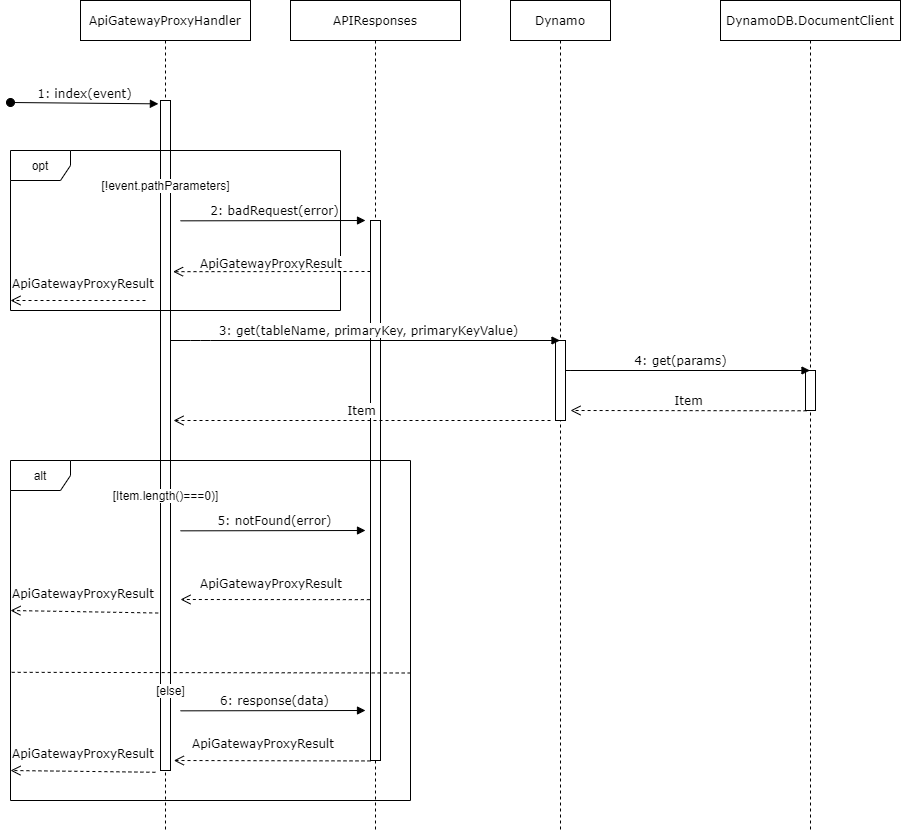
This is DocumentazioneEsterna/DeveloperManual/res/Architettura/Backend/img/diagrammaSequenzaRicezioneProdotto.png from Omicron-Team/Documentazione, a draw.io export, as it was before one commit. Source tidied: cells renumbered, new cells last; positions are measured from the earlier drawing's top-left corner, leaving out a move shared by most shapes. The source it was exported from:
```xml
<mxGraphModel background="#ffffff">
  <root>
    <mxCell id="0" />
    <mxCell id="1" parent="0" />
    <mxCell id="2" value="Dynamo" style="shape=umlLifeline;perimeter=lifelinePerimeter;whiteSpace=wrap;html=1;rounded=0;shadow=0;comic=0;labelBackgroundColor=none;strokeWidth=1;fontFamily=Verdana;fontSize=12;align=center;size=40;" parent="1" vertex="1">
      <mxGeometry x="500" width="100" height="830" as="geometry" />
    </mxCell>
    <mxCell id="3" style="html=1;perimeter=orthogonalPerimeter;rounded=0;shadow=0;comic=0;labelBackgroundColor=none;strokeWidth=1;fontFamily=Verdana;fontSize=12;align=center;" parent="2" vertex="1">
      <mxGeometry x="45" y="340" width="10" height="80" as="geometry" />
    </mxCell>
    <mxCell id="4" value="ApiGatewayProxyHandler" style="shape=umlLifeline;perimeter=lifelinePerimeter;whiteSpace=wrap;html=1;rounded=0;shadow=0;comic=0;labelBackgroundColor=none;strokeWidth=1;fontFamily=Verdana;fontSize=12;align=center;glass=0;" parent="1" vertex="1">
      <mxGeometry x="70" width="170" height="830" as="geometry" />
    </mxCell>
    <mxCell id="5" style="html=1;points=[];perimeter=orthogonalPerimeter;rounded=0;shadow=0;comic=0;labelBackgroundColor=none;strokeWidth=1;fontFamily=Verdana;fontSize=12;align=center;" parent="4" vertex="1">
      <mxGeometry x="80" y="100" width="10" height="670" as="geometry" />
    </mxCell>
    <mxCell id="6" value="&lt;div style=&quot;text-align: center&quot;&gt;&lt;br&gt;&lt;/div&gt;" style="text;whiteSpace=wrap;html=1;" parent="1" vertex="1">
      <mxGeometry y="70" width="90" height="60" as="geometry" />
    </mxCell>
    <mxCell id="7" value="&lt;span style=&quot;font-family: &amp;#34;verdana&amp;#34; ; font-size: 12px ; background-color: rgb(255 , 255 , 255)&quot;&gt;1: index(event)&lt;/span&gt;" style="html=1;verticalAlign=bottom;startArrow=oval;startFill=1;endArrow=block;startSize=8;entryX=-0.21;entryY=0.005;entryDx=0;entryDy=0;entryPerimeter=0;" parent="1" edge="1" target="5">
      <mxGeometry relative="1" as="geometry">
        <mxPoint y="102" as="sourcePoint" />
      </mxGeometry>
    </mxCell>
    <mxCell id="8" value="DynamoDB.DocumentClient" style="shape=umlLifeline;perimeter=lifelinePerimeter;whiteSpace=wrap;html=1;outlineConnect=0;rounded=0;shadow=0;comic=0;labelBackgroundColor=none;strokeWidth=1;fontFamily=Verdana;fontSize=12;align=center;size=40;" parent="1" vertex="1">
      <mxGeometry x="710" width="180" height="830" as="geometry" />
    </mxCell>
    <mxCell id="9" style="html=1;points=[];perimeter=orthogonalPerimeter;rounded=0;shadow=0;comic=0;labelBackgroundColor=none;strokeWidth=1;fontFamily=Verdana;fontSize=12;align=center;" parent="8" vertex="1">
      <mxGeometry x="85" y="370" width="10" height="40" as="geometry" />
    </mxCell>
    <mxCell id="10" value="4: get(params)" style="html=1;verticalAlign=bottom;endArrow=block;labelBackgroundColor=none;fontFamily=Verdana;fontSize=12;edgeStyle=elbowEdgeStyle;elbow=vertical;" parent="1" edge="1" target="8">
      <mxGeometry x="0.21" relative="1" as="geometry">
        <mxPoint x="630" y="370" as="sourcePoint" />
        <Array as="points">
          <mxPoint x="550" y="370" />
          <mxPoint x="850" y="370" />
          <mxPoint x="790" y="150" />
        </Array>
      </mxGeometry>
    </mxCell>
    <mxCell id="11" value="Item" style="html=1;verticalAlign=bottom;endArrow=open;dashed=1;endSize=8;labelBackgroundColor=none;fontFamily=Verdana;fontSize=12;exitX=0.11;exitY=1.007;exitDx=0;exitDy=0;exitPerimeter=0;" parent="1" edge="1" source="9">
      <mxGeometry relative="1" as="geometry">
        <mxPoint x="560" y="410" as="targetPoint" />
      </mxGeometry>
    </mxCell>
    <mxCell id="12" value="APIResponses" style="shape=umlLifeline;perimeter=lifelinePerimeter;whiteSpace=wrap;html=1;rounded=0;shadow=0;comic=0;labelBackgroundColor=none;strokeWidth=1;fontFamily=Verdana;fontSize=12;align=center;" parent="1" vertex="1">
      <mxGeometry x="280" width="170" height="830" as="geometry" />
    </mxCell>
    <mxCell id="13" style="html=1;perimeter=orthogonalPerimeter;rounded=0;shadow=0;comic=0;labelBackgroundColor=none;strokeWidth=1;fontFamily=Verdana;fontSize=12;align=center;" parent="12" vertex="1">
      <mxGeometry x="80" y="220" width="10" height="540" as="geometry" />
    </mxCell>
    <mxCell id="14" value="opt" style="shape=umlFrame;whiteSpace=wrap;html=1;" parent="1" vertex="1">
      <mxGeometry y="150" width="330" height="160" as="geometry" />
    </mxCell>
    <mxCell id="15" value="&lt;span style=&quot;background-color: rgb(255 , 255 , 255)&quot;&gt;[!event.pathParameters]&lt;/span&gt;" style="text;html=1;strokeColor=none;fillColor=none;align=center;verticalAlign=middle;whiteSpace=wrap;rounded=0;" parent="1" vertex="1">
      <mxGeometry x="122.5" y="175" width="65" height="20" as="geometry" />
    </mxCell>
    <mxCell id="16" value="2: badRequest(error)" style="html=1;verticalAlign=bottom;endArrow=block;labelBackgroundColor=none;fontFamily=Verdana;fontSize=12;edgeStyle=elbowEdgeStyle;elbow=vertical;" parent="1" edge="1">
      <mxGeometry x="0.02" relative="1" as="geometry">
        <mxPoint x="170" y="220.3" as="sourcePoint" />
        <mxPoint x="355" y="220.3" as="targetPoint" />
        <Array as="points">
          <mxPoint x="315" y="220" />
        </Array>
      </mxGeometry>
    </mxCell>
    <mxCell id="17" style="html=1;verticalAlign=bottom;endArrow=open;dashed=1;endSize=8;labelBackgroundColor=none;fontFamily=Verdana;fontSize=12;entryX=0.903;entryY=0.039;entryDx=0;entryDy=0;entryPerimeter=0;" parent="1" edge="1" target="19">
      <mxGeometry relative="1" as="geometry">
        <mxPoint x="360" y="271" as="sourcePoint" />
        <Array as="points">
          <mxPoint x="360" y="271" />
        </Array>
      </mxGeometry>
    </mxCell>
    <mxCell id="18" value="&lt;span style=&quot;color: rgb(0 , 0 , 0) ; font-family: &amp;#34;verdana&amp;#34; ; font-size: 12px ; font-style: normal ; font-weight: 400 ; letter-spacing: normal ; text-align: center ; text-indent: 0px ; text-transform: none ; word-spacing: 0px ; display: inline ; float: none ; background-color: rgb(255 , 255 , 255)&quot;&gt;ApiGatewayProxyResult&lt;/span&gt;" style="text;whiteSpace=wrap;html=1;" parent="1" vertex="1">
      <mxGeometry x="187.5" y="250" width="180" height="30" as="geometry" />
    </mxCell>
    <mxCell id="19" value="&lt;span style=&quot;color: rgb(0 , 0 , 0) ; font-family: &amp;#34;verdana&amp;#34; ; font-size: 12px ; font-style: normal ; font-weight: 400 ; letter-spacing: normal ; text-align: center ; text-indent: 0px ; text-transform: none ; word-spacing: 0px ; display: inline ; float: none ; background-color: rgb(255 , 255 , 255)&quot;&gt;ApiGatewayProxyResult&lt;/span&gt;" style="text;whiteSpace=wrap;html=1;" parent="1" vertex="1">
      <mxGeometry y="270" width="180" height="30" as="geometry" />
    </mxCell>
    <mxCell id="20" style="html=1;verticalAlign=bottom;endArrow=open;dashed=1;endSize=8;labelBackgroundColor=none;fontFamily=Verdana;fontSize=12;exitX=0.75;exitY=1;exitDx=0;exitDy=0;entryX=0;entryY=1;entryDx=0;entryDy=0;" parent="1" edge="1" source="19" target="19">
      <mxGeometry relative="1" as="geometry" />
    </mxCell>
    <mxCell id="21" value="&lt;span style=&quot;background-color: rgb(255 , 255 , 255)&quot;&gt;Item&lt;/span&gt;" style="html=1;verticalAlign=bottom;endArrow=open;dashed=1;endSize=8;labelBackgroundColor=none;fontFamily=Verdana;fontSize=12;" parent="1" edge="1">
      <mxGeometry relative="1" as="geometry">
        <mxPoint x="540" y="420" as="sourcePoint" />
        <mxPoint x="163" y="420" as="targetPoint" />
      </mxGeometry>
    </mxCell>
    <mxCell id="22" value="alt" style="shape=umlFrame;whiteSpace=wrap;html=1;" parent="1" vertex="1">
      <mxGeometry y="460" width="400" height="340" as="geometry" />
    </mxCell>
    <mxCell id="23" value="[Item.length()===0)]" style="text;html=1;strokeColor=none;fillColor=none;align=center;verticalAlign=middle;whiteSpace=wrap;rounded=0;labelBackgroundColor=#FFFFFF;" parent="1" vertex="1">
      <mxGeometry x="122.5" y="485" width="65" height="20" as="geometry" />
    </mxCell>
    <mxCell id="24" value="5: notFound(error)" style="html=1;verticalAlign=bottom;endArrow=block;labelBackgroundColor=none;fontFamily=Verdana;fontSize=12;edgeStyle=elbowEdgeStyle;elbow=vertical;" parent="1" edge="1">
      <mxGeometry x="0.02" relative="1" as="geometry">
        <mxPoint x="170" y="530.3" as="sourcePoint" />
        <mxPoint x="355" y="530.3" as="targetPoint" />
        <Array as="points">
          <mxPoint x="315" y="530" />
        </Array>
      </mxGeometry>
    </mxCell>
    <mxCell id="25" value="&lt;span style=&quot;color: rgb(0 , 0 , 0) ; font-family: &amp;#34;verdana&amp;#34; ; font-size: 12px ; font-style: normal ; font-weight: 400 ; letter-spacing: normal ; text-align: center ; text-indent: 0px ; text-transform: none ; word-spacing: 0px ; display: inline ; float: none ; background-color: rgb(255 , 255 , 255)&quot;&gt;ApiGatewayProxyResult&lt;/span&gt;" style="text;whiteSpace=wrap;html=1;" parent="1" vertex="1">
      <mxGeometry x="187.5" y="570" width="180" height="30" as="geometry" />
    </mxCell>
    <mxCell id="26" value="&lt;span style=&quot;color: rgb(0 , 0 , 0) ; font-family: &amp;#34;verdana&amp;#34; ; font-size: 12px ; font-style: normal ; font-weight: 400 ; letter-spacing: normal ; text-align: center ; text-indent: 0px ; text-transform: none ; word-spacing: 0px ; display: inline ; float: none ; background-color: rgb(255 , 255 , 255)&quot;&gt;ApiGatewayProxyResult&lt;/span&gt;" style="text;whiteSpace=wrap;html=1;" parent="1" vertex="1">
      <mxGeometry y="580" width="160" height="30" as="geometry" />
    </mxCell>
    <mxCell id="27" style="html=1;verticalAlign=bottom;endArrow=open;dashed=1;endSize=8;labelBackgroundColor=none;fontFamily=Verdana;fontSize=12;exitX=0.923;exitY=1.084;exitDx=0;exitDy=0;entryX=0;entryY=1;entryDx=0;entryDy=0;exitPerimeter=0;" parent="1" edge="1" source="26" target="26">
      <mxGeometry relative="1" as="geometry" />
    </mxCell>
    <mxCell id="28" value="&lt;span style=&quot;color: rgb(0 , 0 , 0) ; font-family: &amp;#34;verdana&amp;#34; ; font-size: 12px ; font-style: normal ; font-weight: 400 ; letter-spacing: normal ; text-align: center ; text-indent: 0px ; text-transform: none ; word-spacing: 0px ; display: inline ; float: none ; background-color: rgb(255 , 255 , 255)&quot;&gt;ApiGatewayProxyResult&lt;/span&gt;" style="text;whiteSpace=wrap;html=1;" parent="1" vertex="1">
      <mxGeometry y="740" width="180" height="30" as="geometry" />
    </mxCell>
    <mxCell id="29" style="html=1;verticalAlign=bottom;endArrow=open;dashed=1;endSize=8;labelBackgroundColor=none;fontFamily=Verdana;fontSize=12;exitX=0.805;exitY=1.059;exitDx=0;exitDy=0;entryX=0;entryY=1;entryDx=0;entryDy=0;exitPerimeter=0;" parent="1" edge="1" source="28" target="28">
      <mxGeometry relative="1" as="geometry" />
    </mxCell>
    <mxCell id="30" style="html=1;verticalAlign=bottom;endArrow=open;dashed=1;endSize=8;labelBackgroundColor=none;fontFamily=Verdana;fontSize=12;exitX=-0.066;exitY=0.988;exitDx=0;exitDy=0;exitPerimeter=0;" parent="1" edge="1">
      <mxGeometry relative="1" as="geometry">
        <mxPoint x="359.3" y="599.2" as="sourcePoint" />
        <mxPoint x="170" y="599" as="targetPoint" />
      </mxGeometry>
    </mxCell>
    <mxCell id="31" value="&lt;font face=&quot;helvetica&quot;&gt;&lt;span style=&quot;font-size: 12px&quot;&gt;[else]&lt;/span&gt;&lt;/font&gt;" style="endArrow=none;dashed=1;html=1;exitX=0.003;exitY=0.623;exitDx=0;exitDy=0;exitPerimeter=0;entryX=1;entryY=0.625;entryDx=0;entryDy=0;entryPerimeter=0;" parent="1" edge="1" source="22" target="22">
      <mxGeometry x="-0.2" y="-18" relative="1" as="geometry" />
    </mxCell>
    <mxCell id="32" value="6: response(data)" style="html=1;verticalAlign=bottom;endArrow=block;labelBackgroundColor=none;fontFamily=Verdana;fontSize=12;edgeStyle=elbowEdgeStyle;elbow=vertical;" parent="1" edge="1">
      <mxGeometry x="0.02" relative="1" as="geometry">
        <mxPoint x="170" y="710.3" as="sourcePoint" />
        <mxPoint x="355" y="710.3" as="targetPoint" />
        <Array as="points">
          <mxPoint x="315" y="710" />
        </Array>
      </mxGeometry>
    </mxCell>
    <mxCell id="33" style="html=1;verticalAlign=bottom;endArrow=open;dashed=1;endSize=8;labelBackgroundColor=none;fontFamily=Verdana;fontSize=12;exitX=-0.332;exitY=0.82;exitDx=0;exitDy=0;exitPerimeter=0;" parent="1" edge="1">
      <mxGeometry relative="1" as="geometry">
        <mxPoint x="360" y="760.4" as="sourcePoint" />
        <mxPoint x="163.3" y="760" as="targetPoint" />
      </mxGeometry>
    </mxCell>
    <mxCell id="34" value="&lt;span style=&quot;color: rgb(0 , 0 , 0) ; font-family: &amp;#34;verdana&amp;#34; ; font-size: 12px ; font-style: normal ; font-weight: 400 ; letter-spacing: normal ; text-align: center ; text-indent: 0px ; text-transform: none ; word-spacing: 0px ; display: inline ; float: none ; background-color: rgb(255 , 255 , 255)&quot;&gt;ApiGatewayProxyResult&lt;/span&gt;" style="text;whiteSpace=wrap;html=1;" parent="1" vertex="1">
      <mxGeometry x="180" y="730" width="180" height="30" as="geometry" />
    </mxCell>
    <mxCell id="35" value="&lt;span style=&quot;background-color: rgb(255 , 255 , 255)&quot;&gt;3: get(tableName, primaryKey, primaryKeyValue)&lt;/span&gt;" style="html=1;verticalAlign=bottom;endArrow=block;labelBackgroundColor=none;fontFamily=Verdana;fontSize=12;edgeStyle=elbowEdgeStyle;elbow=vertical;" parent="1" edge="1">
      <mxGeometry x="0.02" relative="1" as="geometry">
        <mxPoint x="160" y="340" as="sourcePoint" />
        <mxPoint x="549.5" y="340" as="targetPoint" />
        <Array as="points">
          <mxPoint x="190" y="340" />
          <mxPoint x="570" y="330" />
          <mxPoint x="550" y="310" />
          <mxPoint x="350" y="246" />
        </Array>
      </mxGeometry>
    </mxCell>
  </root>
</mxGraphModel>
```
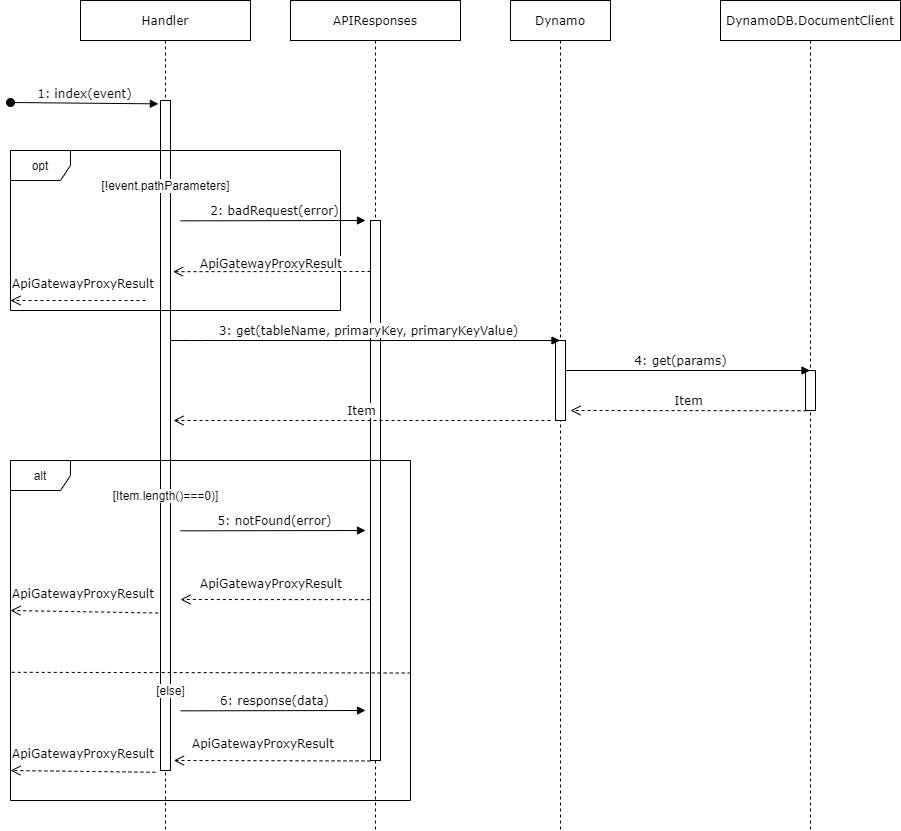
The same diagram one commit later.

Change to the diagram source:
```diff
@@ -8,7 +8,7 @@
     <mxCell id="3" style="html=1;perimeter=orthogonalPerimeter;rounded=0;shadow=0;comic=0;labelBackgroundColor=none;strokeWidth=1;fontFamily=Verdana;fontSize=12;align=center;" parent="2" vertex="1">
       <mxGeometry x="45" y="340" width="10" height="80" as="geometry" />
     </mxCell>
-    <mxCell id="4" value="ApiGatewayProxyHandler" style="shape=umlLifeline;perimeter=lifelinePerimeter;whiteSpace=wrap;html=1;rounded=0;shadow=0;comic=0;labelBackgroundColor=none;strokeWidth=1;fontFamily=Verdana;fontSize=12;align=center;glass=0;" parent="1" vertex="1">
+    <mxCell id="4" value="Handler" style="shape=umlLifeline;perimeter=lifelinePerimeter;whiteSpace=wrap;html=1;rounded=0;shadow=0;comic=0;labelBackgroundColor=none;strokeWidth=1;fontFamily=Verdana;fontSize=12;align=center;glass=0;" parent="1" vertex="1">
       <mxGeometry x="70" width="170" height="830" as="geometry" />
     </mxCell>
     <mxCell id="5" style="html=1;points=[];perimeter=orthogonalPerimeter;rounded=0;shadow=0;comic=0;labelBackgroundColor=none;strokeWidth=1;fontFamily=Verdana;fontSize=12;align=center;" parent="4" vertex="1">
```
